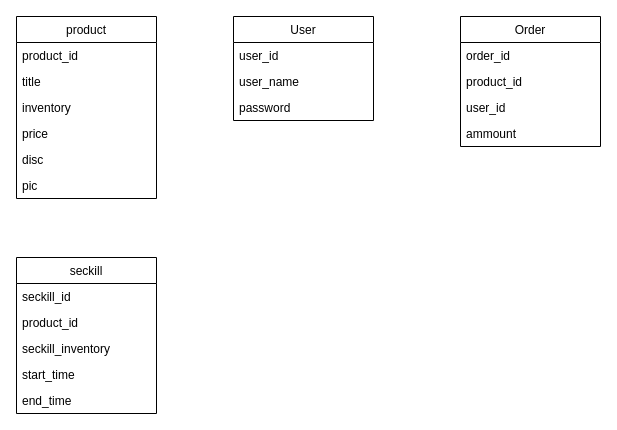
This is databaseDesign.drawio from Ln-Yangzl/sale-mall, a draw.io file, before an edit. Source tidied: cells renumbered, new cells numbered last; positions are measured from the earlier drawing's top-left corner, leaving out a move shared by most shapes. Both pictures are drawn from the tidied source at 100%, with x=0, y=0 at pixel (16, 16).
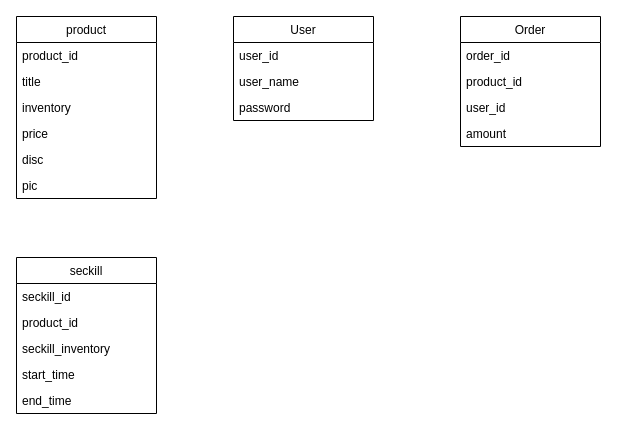
The same diagram, later.

Unchanged cells that the change refers to:
```xml
<mxCell id="6" value="Order" style="swimlane;fontStyle=0;horizontal=1;startSize=26;fillColor=none;strokeColor=#000000;fontColor=#000000;" parent="1" vertex="1">
  <mxGeometry x="444" width="140" height="130" as="geometry" />
</mxCell>
```

What changed in the source:
```diff
@@
-    <mxCell id="10" value="ammount" style="text;strokeColor=none;fillColor=none;align=left;verticalAlign=top;spacingLeft=4;spacingRight=4;overflow=hidden;fontColor=#000000;" parent="6" vertex="1">
+    <mxCell id="10" value="amount" style="text;strokeColor=none;fillColor=none;align=left;verticalAlign=top;spacingLeft=4;spacingRight=4;overflow=hidden;fontColor=#000000;" parent="6" vertex="1">
       <mxGeometry y="104" width="140" height="26" as="geometry" />
     </mxCell>
```
